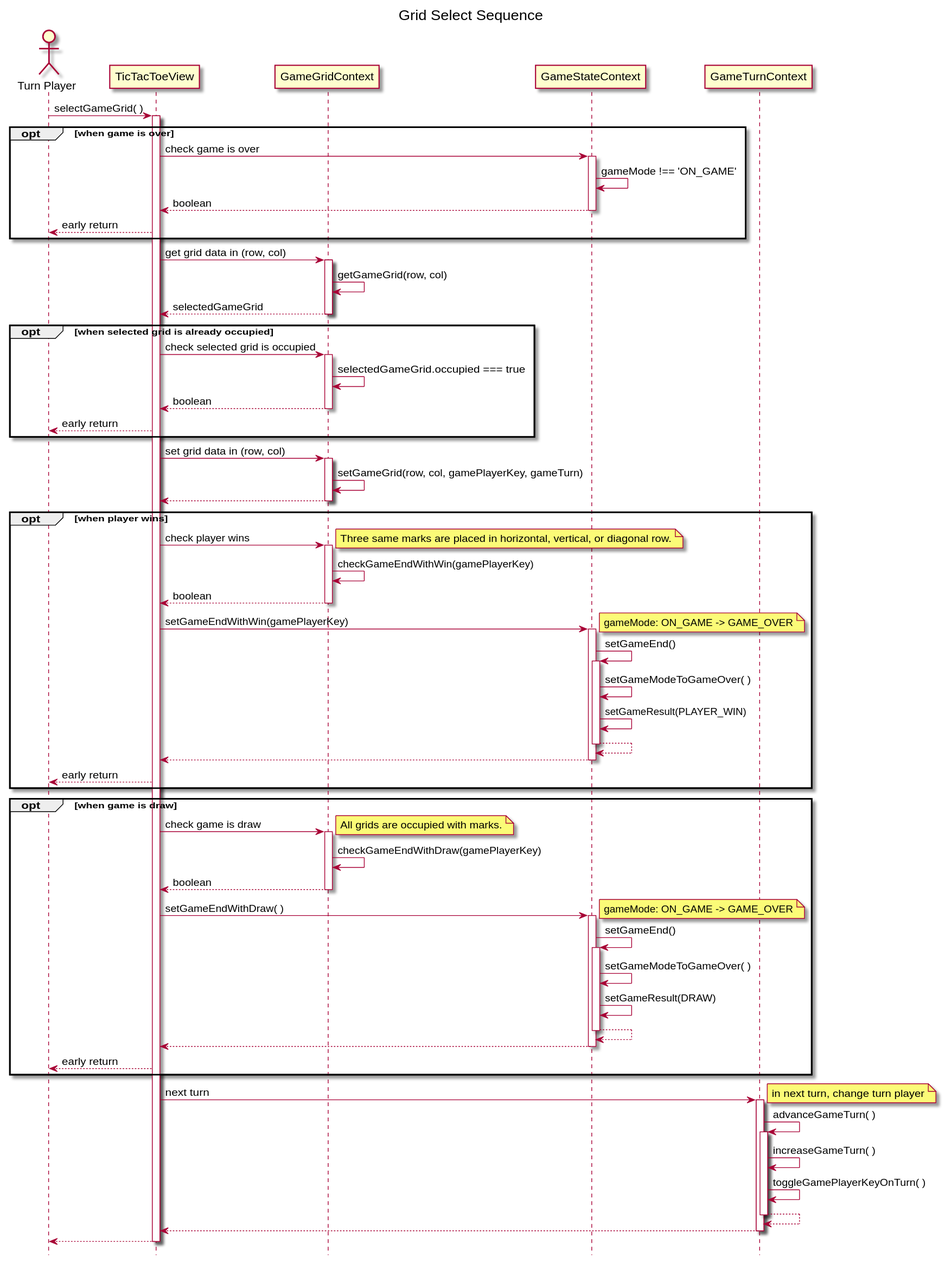
Above: tic-tac-toe/md/grid-select-sequence.svg in hi2k1978/react-samples (PlantUML), before the change.
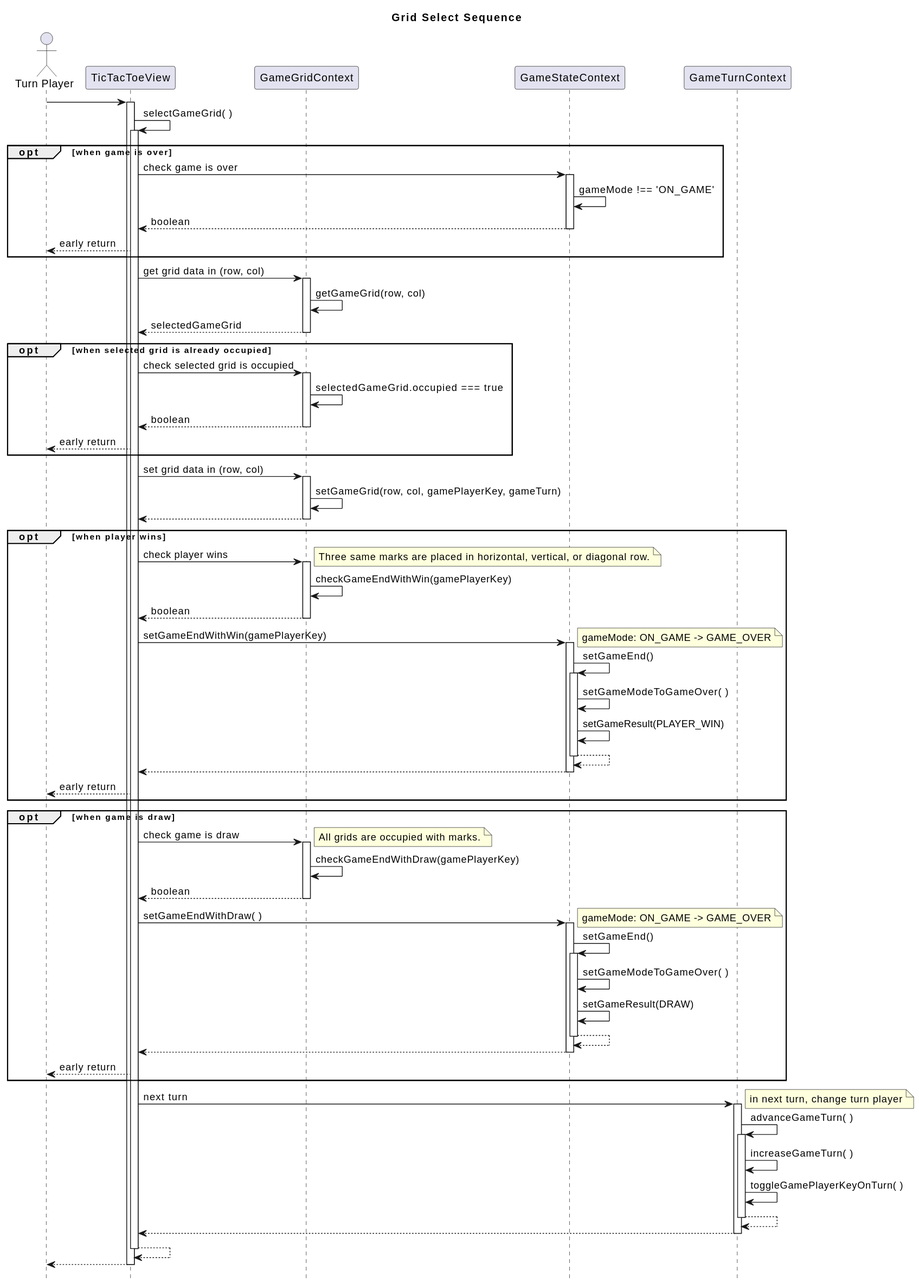
The same diagram one commit later.

The edit, as a diff of the source:
```diff
@@ -8,7 +8,8 @@
 participant "GameStateContext" as GameState
 participant "GameTurnContext" as GameTurn
 
-Player -> TicTacToeView ++: selectGameGrid( )
+Player -> TicTacToeView ++:
+TicTacToeView -> TicTacToeView ++: selectGameGrid( )
 
 opt when game is over
 	TicTacToeView -> GameState ++: check game is over
@@ -86,5 +87,6 @@
 GameTurn -->  GameTurn --:
 GameTurn --> TicTacToeView --:
 
+TicTacToeView --> TicTacToeView --:
 TicTacToeView --> Player --:
 @enduml
```
